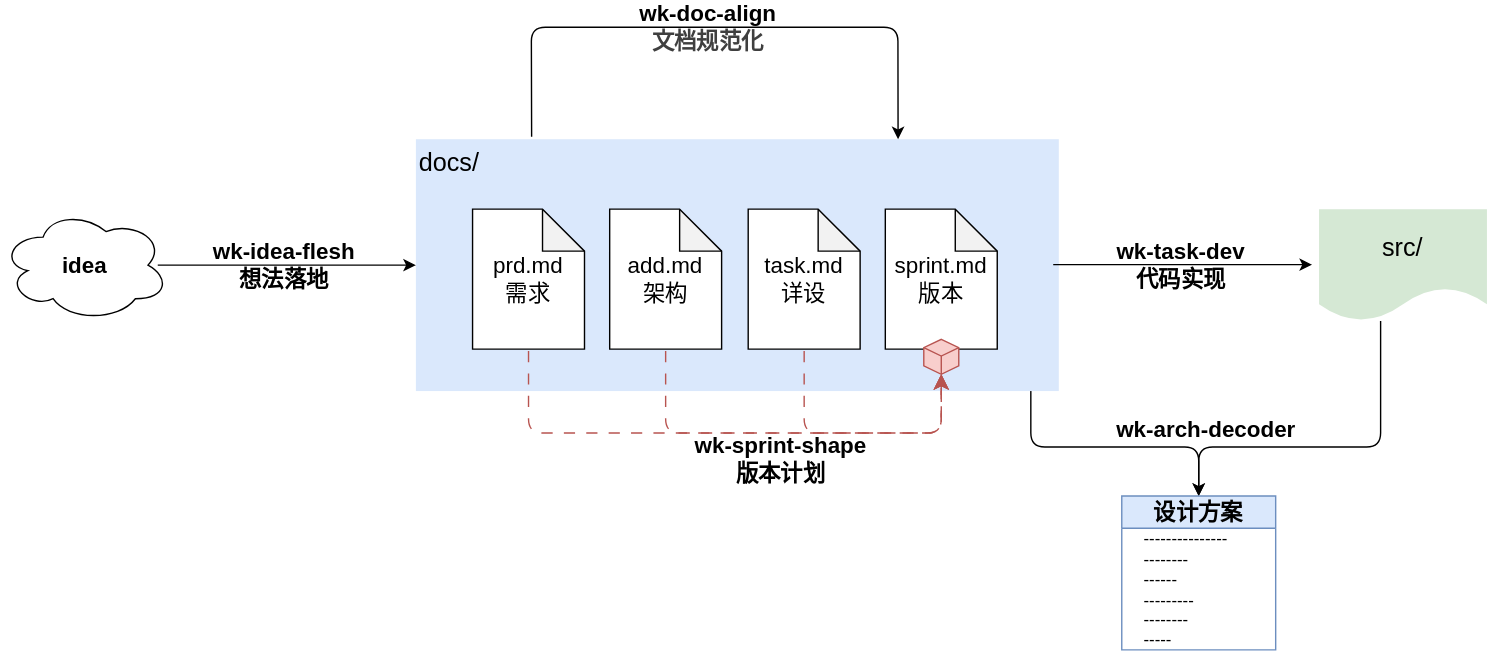
This is dev.drawio.svg from wkevin/skills, a draw.io export, as it was before one commit. Source tidied: cells renumbered, new cells last; positions are measured from the earlier drawing's top-left corner, leaving out a move shared by most shapes.
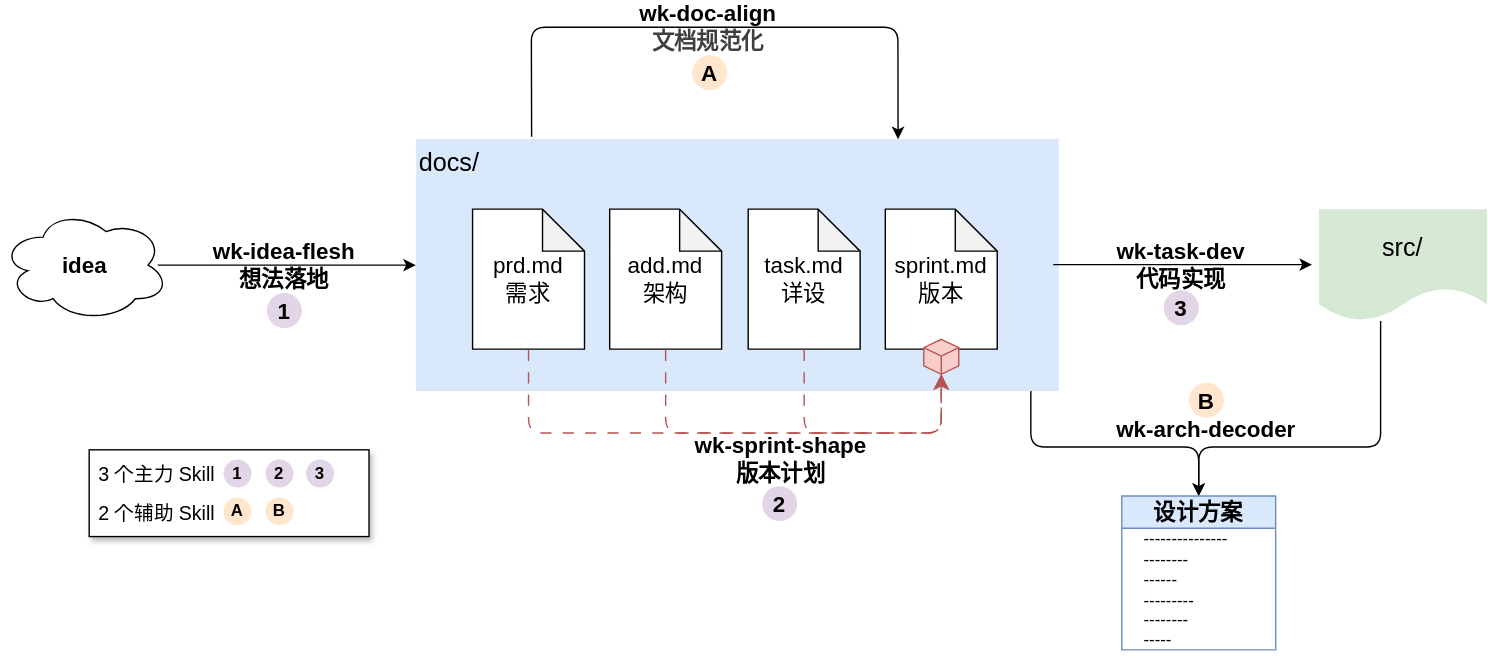
Later version of the same file.

Commit message:
示意图: 增加 3+2 的图标提示

Diff of the diagram source:
```diff
@@ -2,6 +2,9 @@
   <root>
     <mxCell id="0" />
     <mxCell id="1" parent="0" />
+    <mxCell id="22" style="rounded=0;whiteSpace=wrap;html=1;shadow=1;" parent="1" vertex="1">
+      <mxGeometry x="63" y="302" width="200" height="62" as="geometry" />
+    </mxCell>
     <mxCell id="2" style="edgeStyle=orthogonalEdgeStyle;html=1;entryX=0.5;entryY=0;entryDx=0;entryDy=0;" parent="1" edge="1" source="3" target="18">
       <mxGeometry relative="1" as="geometry">
         <Array as="points">
@@ -99,5 +102,38 @@
     <mxCell id="21" style="html=1;whiteSpace=wrap;shape=isoCube2;backgroundOutline=1;isoAngle=15;fillColor=#f8cecc;strokeColor=#b85450;" parent="1" vertex="1">
       <mxGeometry x="659.5" y="223" width="25" height="25" as="geometry" />
     </mxCell>
+    <mxCell id="23" value="1" style="ellipse;whiteSpace=wrap;html=1;fillColor=#e1d5e7;strokeColor=none;fontStyle=1;fontSize=16;" parent="1" vertex="1">
+      <mxGeometry x="190" y="190" width="25" height="25" as="geometry" />
+    </mxCell>
+    <mxCell id="24" value="2" style="ellipse;whiteSpace=wrap;html=1;fillColor=#e1d5e7;strokeColor=none;fontStyle=1;fontSize=16;spacing=0;" parent="1" vertex="1">
+      <mxGeometry x="544" y="328" width="25" height="25" as="geometry" />
+    </mxCell>
+    <mxCell id="25" value="3" style="ellipse;whiteSpace=wrap;html=1;fillColor=#e1d5e7;strokeColor=none;fontStyle=1;fontSize=16;spacing=0;" parent="1" vertex="1">
+      <mxGeometry x="831" y="188" width="25" height="25" as="geometry" />
+    </mxCell>
+    <mxCell id="26" value="A" style="ellipse;whiteSpace=wrap;html=1;fillColor=#ffe6cc;strokeColor=none;fontStyle=1;fontSize=16;spacing=0;" parent="1" vertex="1">
+      <mxGeometry x="494" y="20" width="25" height="25" as="geometry" />
+    </mxCell>
+    <mxCell id="27" value="B" style="ellipse;whiteSpace=wrap;html=1;fillColor=#ffe6cc;strokeColor=none;fontStyle=1;fontSize=16;spacing=0;" parent="1" vertex="1">
+      <mxGeometry x="849" y="254" width="25" height="25" as="geometry" />
+    </mxCell>
+    <mxCell id="28" value="&lt;div style=&quot;line-height: 200%;&quot;&gt;3 个主力 Skill&lt;div&gt;&lt;div&gt;2 个辅助 Skill&lt;/div&gt;&lt;/div&gt;&lt;/div&gt;" style="text;html=1;align=center;verticalAlign=middle;strokeColor=none;fillColor=none;fontSize=14;fontStyle=0;" parent="1" vertex="1">
+      <mxGeometry x="56" y="298" width="110" height="70" as="geometry" />
+    </mxCell>
+    <mxCell id="29" value="1" style="ellipse;whiteSpace=wrap;html=1;fillColor=#e1d5e7;strokeColor=none;fontStyle=1;fontSize=12;" parent="1" vertex="1">
+      <mxGeometry x="159" y="309" width="20" height="20" as="geometry" />
+    </mxCell>
+    <mxCell id="30" value="A" style="ellipse;whiteSpace=wrap;html=1;fillColor=#ffe6cc;strokeColor=none;fontStyle=1;fontSize=12;spacing=0;" parent="1" vertex="1">
+      <mxGeometry x="159" y="336" width="20" height="20" as="geometry" />
+    </mxCell>
+    <mxCell id="31" value="B" style="ellipse;whiteSpace=wrap;html=1;fillColor=#ffe6cc;strokeColor=none;fontStyle=1;fontSize=12;spacing=0;" parent="1" vertex="1">
+      <mxGeometry x="189" y="336" width="20" height="20" as="geometry" />
+    </mxCell>
+    <mxCell id="32" value="2" style="ellipse;whiteSpace=wrap;html=1;fillColor=#e1d5e7;strokeColor=none;fontStyle=1;fontSize=12;" parent="1" vertex="1">
+      <mxGeometry x="189" y="309" width="20" height="20" as="geometry" />
+    </mxCell>
+    <mxCell id="33" value="3" style="ellipse;whiteSpace=wrap;html=1;fillColor=#e1d5e7;strokeColor=none;fontStyle=1;fontSize=12;" parent="1" vertex="1">
+      <mxGeometry x="218" y="309" width="20" height="20" as="geometry" />
+    </mxCell>
   </root>
 </mxGraphModel>
```
